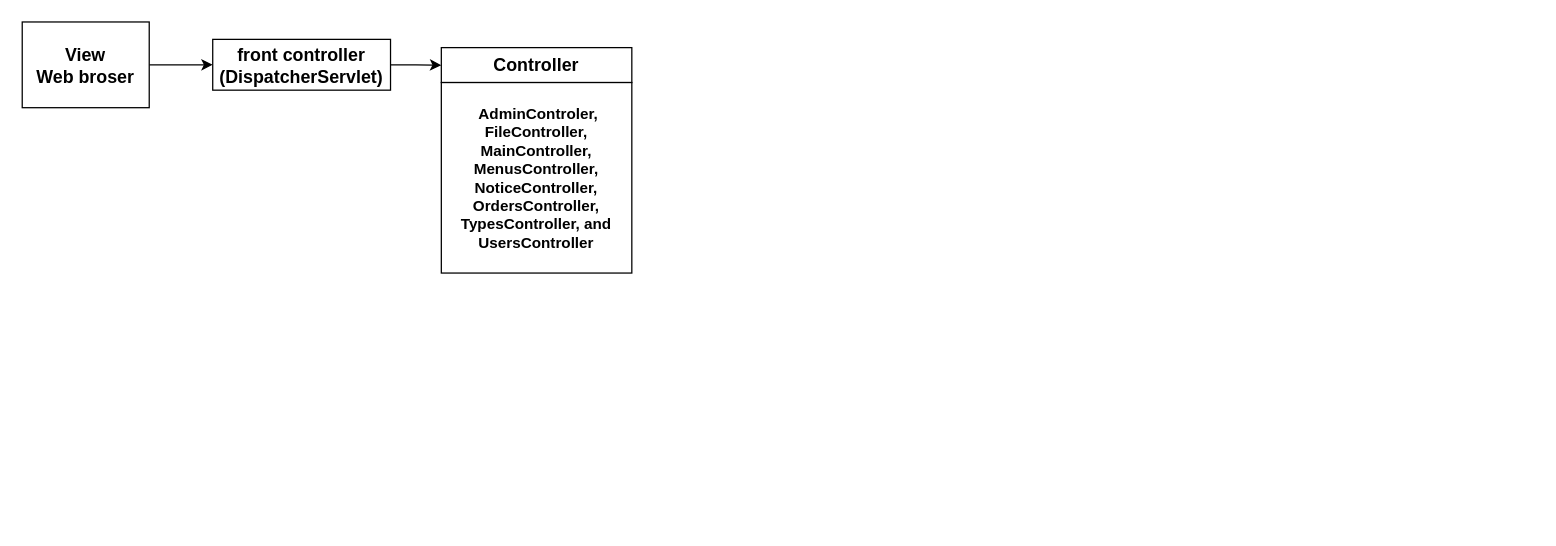
Before: system architecture.drawio in JetfiremaxYao/CW, a draw.io diagram. Source tidied: cells renumbered, new cells numbered last; positions are measured from the earlier drawing's top-left corner, leaving out a move shared by most shapes. Both pictures are drawn from the tidied source at 127%, with x=0, y=0 at pixel (22, 22).
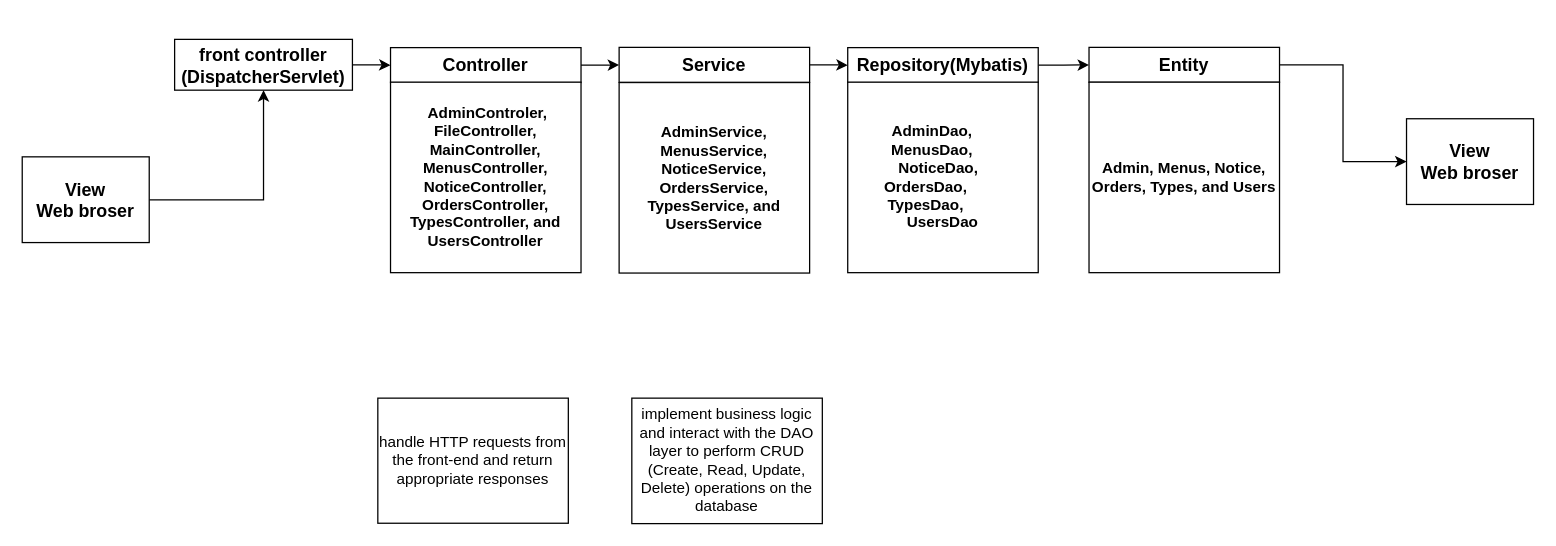
The same diagram, later.

Change to the diagram source:
```diff
@@
     <mxCell id="3" value="&lt;h3&gt;View&lt;br&gt;Web broser&lt;/h3&gt;" style="rounded=0;whiteSpace=wrap;html=1;" parent="1" vertex="1">
-      <mxGeometry y="-0.2" width="100" height="67.5" as="geometry" />
+      <mxGeometry y="106" width="100" height="67.5" as="geometry" />
     </mxCell>
@@
     <mxCell id="5" value="&lt;h3&gt;front controller (DispatcherServlet) &lt;/h3&gt;" style="rounded=0;whiteSpace=wrap;html=1;" parent="1" vertex="1">
-      <mxGeometry x="150" y="13.5" width="140" height="40" as="geometry" />
+      <mxGeometry x="120" y="13.5" width="140" height="40" as="geometry" />
     </mxCell>
+    <mxCell id="8" style="edgeStyle=orthogonalEdgeStyle;rounded=0;jettySize=auto;html=1;" parent="1" edge="1" source="6" target="11">
+      <mxGeometry relative="1" as="geometry" />
+    </mxCell>
     <mxCell id="6" value="&lt;h3&gt;Controller&lt;/h3&gt;" style="whiteSpace=wrap;html=1;rounded=0;" parent="1" vertex="1">
-      <mxGeometry x="330" y="20" width="150" height="27.5" as="geometry" />
+      <mxGeometry x="290" y="20" width="150" height="27.5" as="geometry" />
     </mxCell>
     <mxCell id="7" value="&lt;h4&gt;&amp;nbsp;AdminControler, FileController, MainController, MenusController, NoticeController, OrdersController, TypesController, and UsersController&lt;/h4&gt;" style="whiteSpace=wrap;html=1;" parent="1" vertex="1">
-      <mxGeometry x="330" y="47.5" width="150" height="150" as="geometry" />
+      <mxGeometry x="290" y="47.2" width="150" height="150" as="geometry" />
     </mxCell>
+    <mxCell id="9" value="&lt;h4&gt;AdminService, MenusService, NoticeService, OrdersService, TypesService, and UsersService&lt;/h4&gt;" style="whiteSpace=wrap;html=1;" parent="1" vertex="1">
+      <mxGeometry x="470" y="47.5" width="150" height="150" as="geometry" />
+    </mxCell>
+    <mxCell id="10" style="edgeStyle=orthogonalEdgeStyle;rounded=0;jettySize=auto;html=1;" parent="1" edge="1" source="11" target="13">
+      <mxGeometry relative="1" as="geometry" />
+    </mxCell>
+    <mxCell id="11" value="&lt;h3&gt;Service&lt;/h3&gt;" style="whiteSpace=wrap;html=1;rounded=0;" parent="1" vertex="1">
+      <mxGeometry x="470" y="19.8" width="150" height="27.5" as="geometry" />
+    </mxCell>
+    <mxCell id="12" style="edgeStyle=orthogonalEdgeStyle;rounded=0;jettySize=auto;html=1;" parent="1" edge="1" source="13" target="16">
+      <mxGeometry relative="1" as="geometry" />
+    </mxCell>
+    <mxCell id="13" value="&lt;h3&gt;Repository(Mybatis)&lt;/h3&gt;" style="whiteSpace=wrap;html=1;rounded=0;" parent="1" vertex="1">
+      <mxGeometry x="650" y="20" width="150" height="27.5" as="geometry" />
+    </mxCell>
+    <mxCell id="14" value="&lt;h4 style=&quot;&quot;&gt;AdminDao,&amp;nbsp; &amp;nbsp; &amp;nbsp; MenusDao,&amp;nbsp; &amp;nbsp; &amp;nbsp; &amp;nbsp;NoticeDao,&amp;nbsp; &amp;nbsp; &amp;nbsp;OrdersDao,&amp;nbsp; &amp;nbsp; &amp;nbsp; &amp;nbsp; &amp;nbsp; &amp;nbsp;TypesDao,&amp;nbsp; &amp;nbsp; &amp;nbsp; &amp;nbsp; &amp;nbsp; UsersDao&lt;/h4&gt;" style="whiteSpace=wrap;html=1;align=center;" parent="1" vertex="1">
+      <mxGeometry x="650" y="47.2" width="150" height="150" as="geometry" />
+    </mxCell>
+    <mxCell id="15" style="edgeStyle=orthogonalEdgeStyle;rounded=0;jettySize=auto;html=1;entryX=0;entryY=0.5;entryDx=0;entryDy=0;" parent="1" edge="1" source="16" target="18">
+      <mxGeometry relative="1" as="geometry" />
+    </mxCell>
+    <mxCell id="16" value="&lt;h3&gt;Entity&lt;/h3&gt;" style="whiteSpace=wrap;html=1;rounded=0;" parent="1" vertex="1">
+      <mxGeometry x="840" y="19.8" width="150" height="27.5" as="geometry" />
+    </mxCell>
+    <mxCell id="17" value="&lt;h4&gt;Admin, Menus, Notice, Orders, Types, and Users&lt;/h4&gt;" style="whiteSpace=wrap;html=1;" parent="1" vertex="1">
+      <mxGeometry x="840" y="47.2" width="150" height="150" as="geometry" />
+    </mxCell>
+    <mxCell id="18" value="&lt;h3&gt;View&lt;br&gt;Web broser&lt;/h3&gt;" style="rounded=0;whiteSpace=wrap;html=1;" parent="1" vertex="1">
+      <mxGeometry x="1090" y="76" width="100" height="67.5" as="geometry" />
+    </mxCell>
+    <mxCell id="19" value="handle HTTP requests from the front-end and return appropriate responses" style="rounded=0;whiteSpace=wrap;html=1;" parent="1" vertex="1">
+      <mxGeometry x="280" y="296" width="150" height="98.5" as="geometry" />
+    </mxCell>
+    <mxCell id="20" value="implement business logic and interact with the DAO layer to perform CRUD (Create, Read, Update, Delete) operations on the database" style="rounded=0;whiteSpace=wrap;html=1;" parent="1" vertex="1">
+      <mxGeometry x="480" y="296" width="150" height="98.8" as="geometry" />
+    </mxCell>
```
